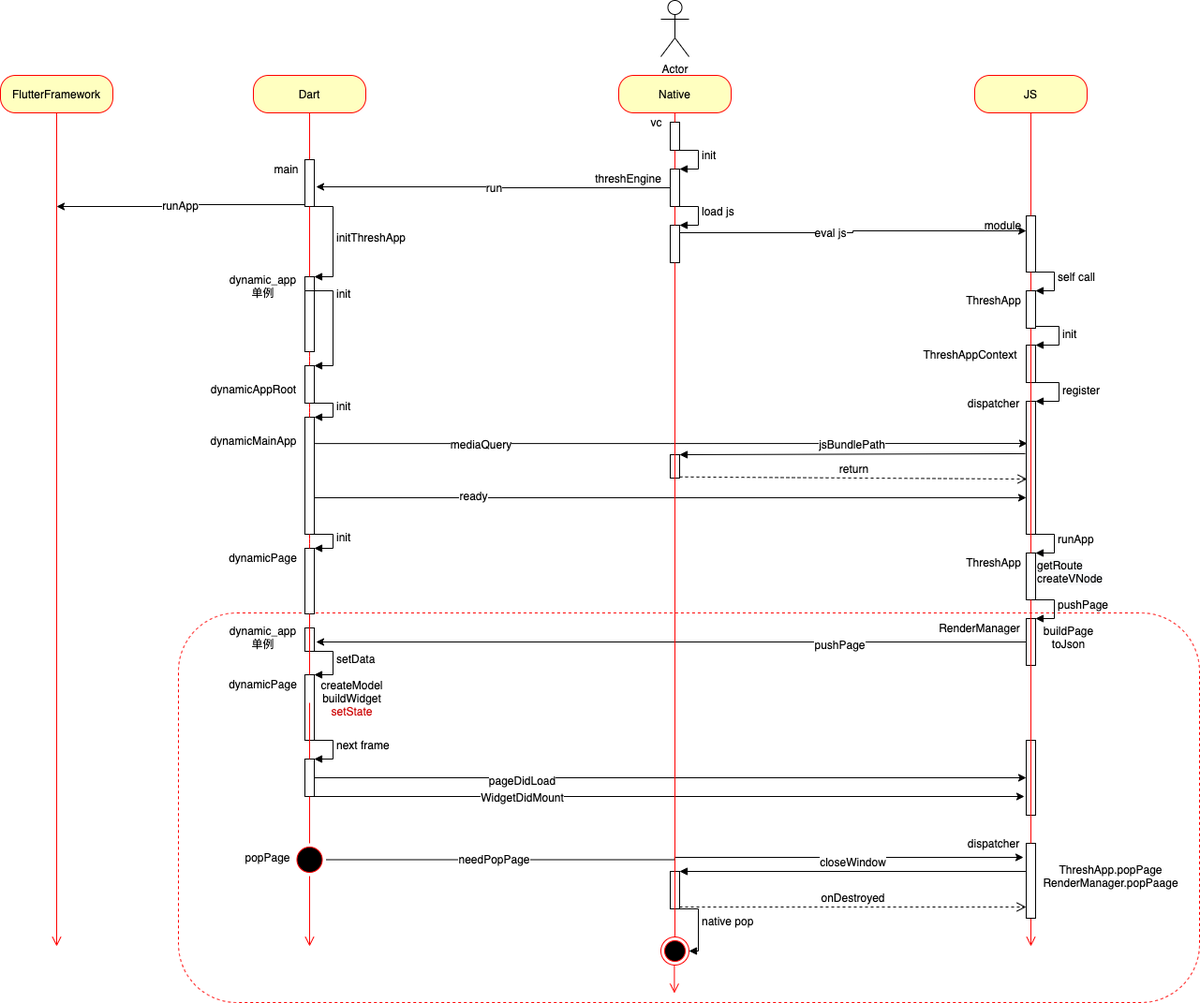
The draw.io diagram flutter/thresh UML.png in JD-Tang/flutter_uml, before a commit. Source tidied: cells renumbered, new cells last; positions are measured from the earlier drawing's top-left corner, leaving out a move shared by most shapes.
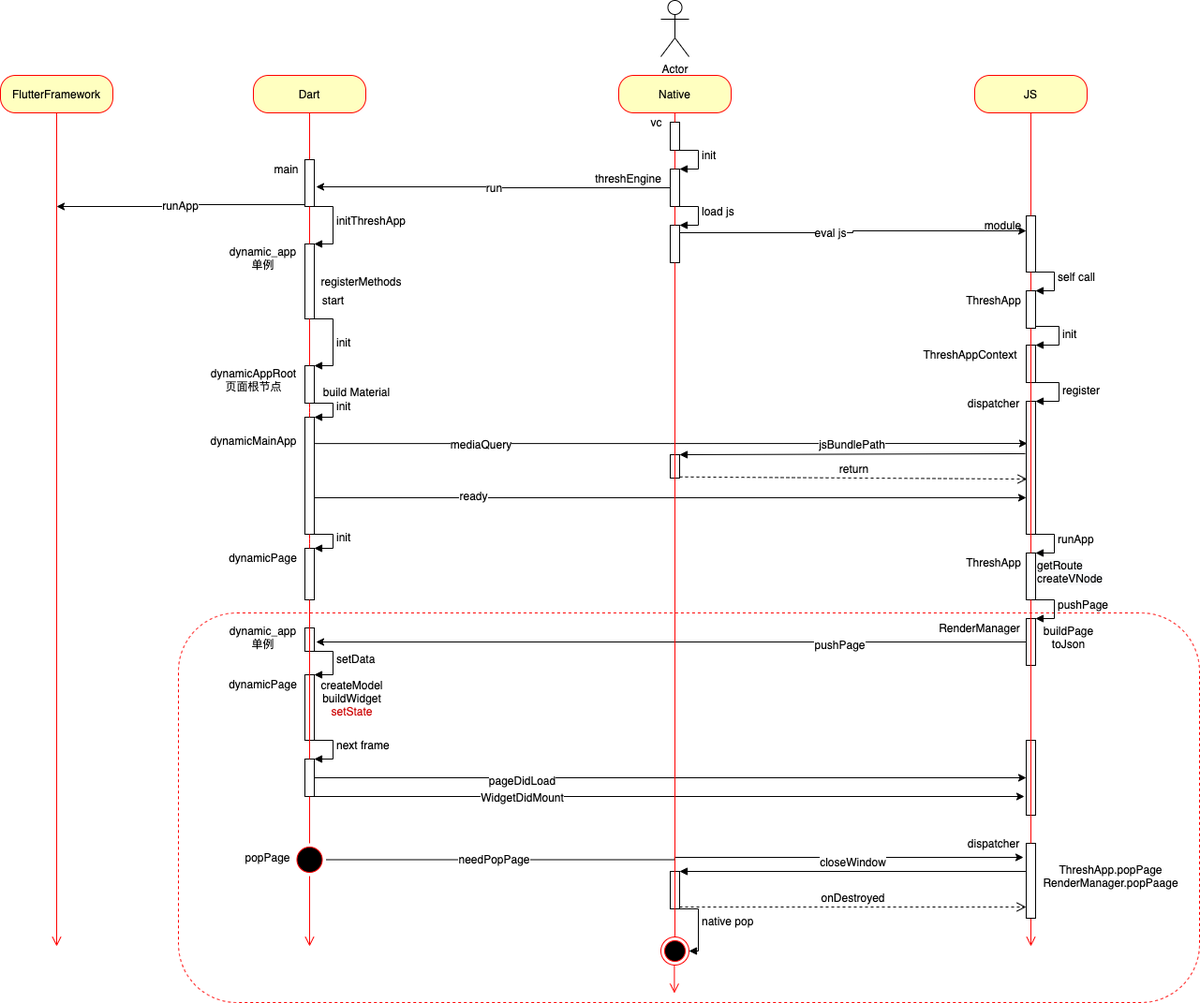
The same diagram one commit later.

The edit, as a diff of the source:
```diff
@@ -69,7 +69,7 @@
       </mxGeometry>
     </mxCell>
     <mxCell id="18" style="html=1;points=[];perimeter=orthogonalPerimeter;" parent="1" vertex="1">
-      <mxGeometry x="325" y="295" width="10" height="80" as="geometry" />
+      <mxGeometry x="325" y="260" width="10" height="80" as="geometry" />
     </mxCell>
     <mxCell id="19" style="edgeStyle=orthogonalEdgeStyle;html=1;verticalAlign=bottom;endArrow=none;endSize=8;strokeColor=#ff0000;startArrow=none;" parent="1" edge="1" source="15" target="18">
       <mxGeometry relative="1" as="geometry" />
@@ -86,14 +86,12 @@
       <mxGeometry x="285" y="170" width="40" height="20" as="geometry" />
     </mxCell>
     <mxCell id="23" value="dynamic_app&lt;br&gt;单例" style="text;html=1;align=center;verticalAlign=middle;strokeColor=none;" parent="1" vertex="1">
-      <mxGeometry x="235" y="290" width="90" height="30" as="geometry" />
+      <mxGeometry x="235" y="260" width="90" height="30" as="geometry" />
     </mxCell>
-    <mxCell id="24" value="init" style="edgeStyle=orthogonalEdgeStyle;html=1;align=left;spacingLeft=2;endArrow=block;rounded=0;entryX=1;entryY=0;" parent="1" edge="1" target="25">
+    <mxCell id="24" value="init" style="edgeStyle=orthogonalEdgeStyle;html=1;align=left;spacingLeft=2;endArrow=block;rounded=0;entryX=1;entryY=0;" parent="1" edge="1" source="18" target="25">
       <mxGeometry relative="1" as="geometry">
-        <mxPoint x="325" y="375" as="sourcePoint" />
         <Array as="points">
-          <mxPoint x="325" y="310" />
-          <mxPoint x="355" y="310" />
+          <mxPoint x="355" y="340" />
           <mxPoint x="355" y="390" />
         </Array>
       </mxGeometry>
@@ -104,8 +102,8 @@
     <mxCell id="26" style="edgeStyle=orthogonalEdgeStyle;html=1;verticalAlign=bottom;endArrow=none;endSize=8;strokeColor=#ff0000;startArrow=none;" parent="1" edge="1" source="18" target="25">
       <mxGeometry relative="1" as="geometry" />
     </mxCell>
-    <mxCell id="27" value="dynamicAppRoot" style="text;html=1;align=center;verticalAlign=middle;strokeColor=none;" parent="1" vertex="1">
-      <mxGeometry x="215" y="405" width="110" height="20" as="geometry" />
+    <mxCell id="27" value="dynamicAppRoot&lt;br&gt;页面根节点" style="text;html=1;align=center;verticalAlign=middle;strokeColor=none;" parent="1" vertex="1">
+      <mxGeometry x="215" y="390" width="110" height="30" as="geometry" />
     </mxCell>
     <mxCell id="28" value="init" style="edgeStyle=orthogonalEdgeStyle;html=1;align=left;spacingLeft=2;endArrow=block;rounded=0;entryX=1;entryY=0;" parent="1" edge="1" target="33">
       <mxGeometry relative="1" as="geometry">
@@ -145,7 +143,7 @@
       </mxGeometry>
     </mxCell>
     <mxCell id="37" style="html=1;points=[];perimeter=orthogonalPerimeter;" parent="1" vertex="1">
-      <mxGeometry x="325" y="585" width="10" height="70" as="geometry" />
+      <mxGeometry x="325" y="585" width="10" height="55" as="geometry" />
     </mxCell>
     <mxCell id="38" style="edgeStyle=orthogonalEdgeStyle;html=1;verticalAlign=bottom;endArrow=none;endSize=8;strokeColor=#ff0000;startArrow=none;" parent="1" edge="1" target="37">
       <mxGeometry relative="1" as="geometry">
@@ -356,7 +354,7 @@
     </mxCell>
     <mxCell id="90" style="edgeStyle=orthogonalEdgeStyle;html=1;verticalAlign=bottom;endArrow=none;endSize=8;strokeColor=#ff0000;startArrow=none;" parent="1" edge="1" target="89">
       <mxGeometry relative="1" as="geometry">
-        <mxPoint x="330" y="750" as="sourcePoint" />
+        <mxPoint x="330" y="710" as="sourcePoint" />
       </mxGeometry>
     </mxCell>
     <mxCell id="91" style="edgeStyle=orthogonalEdgeStyle;rounded=0;jettySize=auto;html=1;entryX=-0.2;entryY=0.75;entryDx=0;entryDy=0;entryPerimeter=0;" parent="1" edge="1" target="93">
@@ -427,5 +425,14 @@
     <mxCell id="108" style="ellipse;html=1;shape=endState;fillColor=#000000;strokeColor=#ff0000;" parent="1" vertex="1">
       <mxGeometry x="705" y="1000" width="30" height="30" as="geometry" />
     </mxCell>
+    <mxCell id="109" value="registerMethods" style="text;html=1;align=center;verticalAlign=middle;strokeColor=none;" parent="1" vertex="1">
+      <mxGeometry x="335" y="290" width="100" height="20" as="geometry" />
+    </mxCell>
+    <mxCell id="110" value="start" style="text;html=1;align=center;verticalAlign=middle;strokeColor=none;" parent="1" vertex="1">
+      <mxGeometry x="335" y="310" width="40" height="20" as="geometry" />
+    </mxCell>
+    <mxCell id="111" value="build Material" style="text;html=1;align=center;verticalAlign=middle;strokeColor=none;" parent="1" vertex="1">
+      <mxGeometry x="335" y="408" width="90" height="20" as="geometry" />
+    </mxCell>
   </root>
 </mxGraphModel>
```
